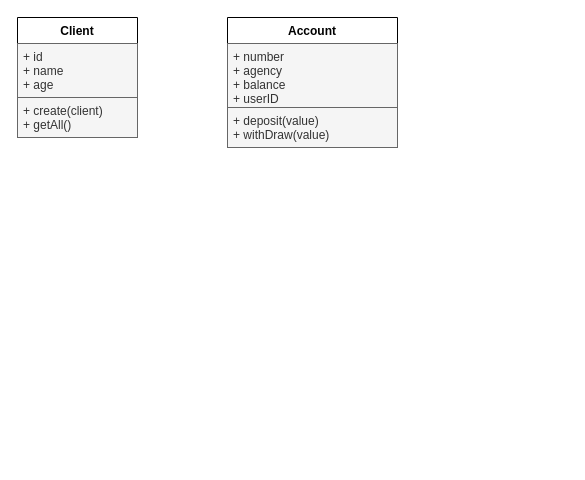
Above: diagrams/driven-bank.drawio in T07-Driven/driven-bank (draw.io), before the change. Source tidied: cells renumbered, new cells numbered last; positions are measured from the earlier drawing's top-left corner, leaving out a move shared by most shapes. Both pictures are drawn from the tidied source at 100%, with x=0, y=0 at pixel (17, 17).
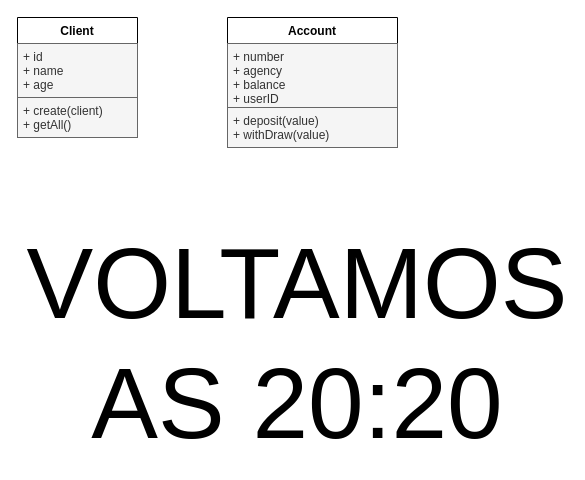
The same diagram, later.

Change to the diagram source:
```diff
@@
 <mxGraphModel>
   <root>
     <mxCell id="0" />
     <mxCell id="1" parent="0" />
     <mxCell id="2" value="Client" style="swimlane;fontStyle=1;align=center;verticalAlign=top;horizontal=1;startSize=26;" parent="1" vertex="1">
       <mxGeometry width="120" height="80" as="geometry" />
     </mxCell>
     <mxCell id="3" value="+ id&#10;+ name&#10;+ age" style="text;align=left;verticalAlign=top;spacingLeft=4;spacingRight=4;overflow=hidden;fillColor=#f5f5f5;fontColor=#333333;strokeColor=#666666;" parent="2" vertex="1">
       <mxGeometry y="26" width="120" height="54" as="geometry" />
     </mxCell>
     <mxCell id="4" value="Account" style="swimlane;fontStyle=1;align=center;verticalAlign=top;horizontal=1;startSize=26;" parent="1" vertex="1">
       <mxGeometry x="210" width="170" height="130" as="geometry" />
     </mxCell>
     <mxCell id="5" value="+ number&#10;+ agency&#10;+ balance&#10;+ userID" style="text;align=left;verticalAlign=top;spacingLeft=4;spacingRight=4;overflow=hidden;fillColor=#f5f5f5;fontColor=#333333;strokeColor=#666666;" parent="4" vertex="1">
       <mxGeometry y="26" width="170" height="64" as="geometry" />
     </mxCell>
     <mxCell id="6" value="+ deposit(value)&#10;+ withDraw(value)" style="text;strokeColor=#666666;fillColor=#f5f5f5;align=left;verticalAlign=top;spacingLeft=4;spacingRight=4;overflow=hidden;fontColor=#333333;" parent="4" vertex="1">
       <mxGeometry y="90" width="170" height="40" as="geometry" />
     </mxCell>
     <mxCell id="7" value="+ create(client)&#10;+ getAll()" style="text;strokeColor=#666666;fillColor=#f5f5f5;align=left;verticalAlign=top;spacingLeft=4;spacingRight=4;overflow=hidden;fontColor=#333333;" parent="1" vertex="1">
       <mxGeometry y="80" width="120" height="40" as="geometry" />
     </mxCell>
+    <mxCell id="8" value="VOLTAMOS AS 20:20" style="text;html=1;strokeColor=none;fillColor=none;align=center;verticalAlign=middle;whiteSpace=wrap;rounded=0;strokeWidth=4;fontSize=100;" parent="1" vertex="1">
+      <mxGeometry x="170" y="310" width="220" height="30" as="geometry" />
+    </mxCell>
   </root>
 </mxGraphModel>
```
